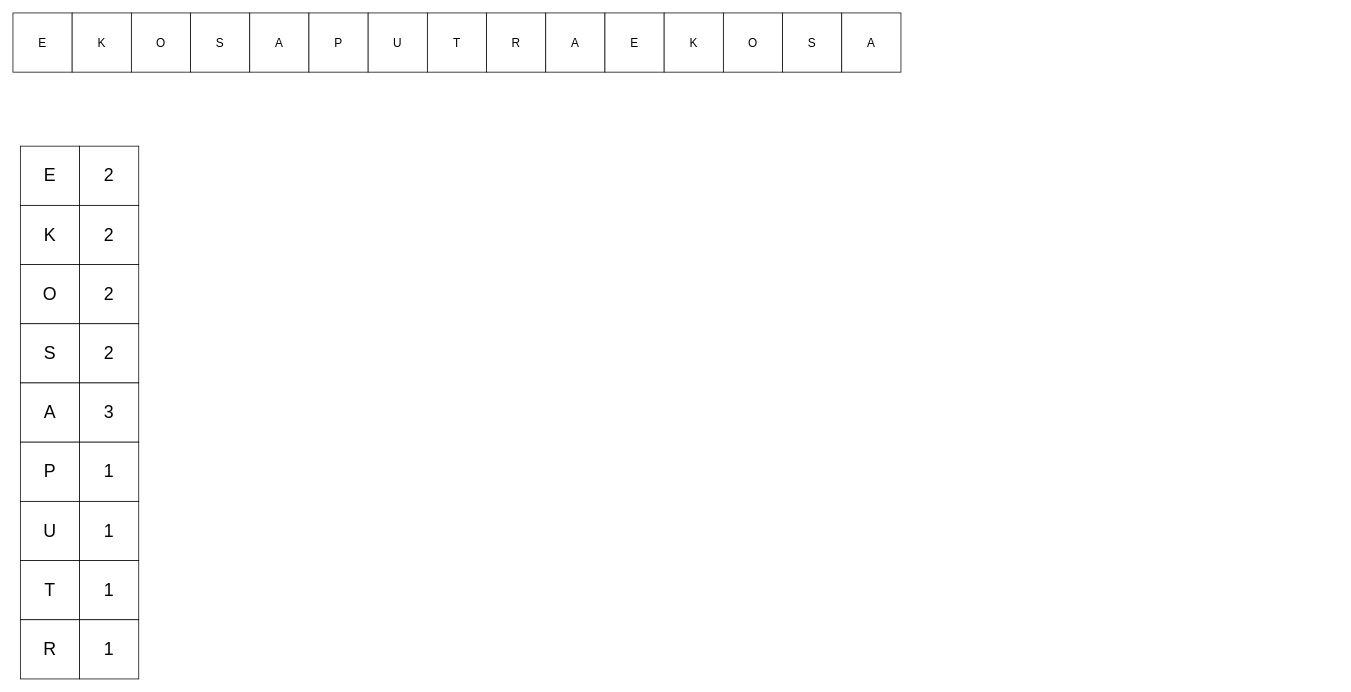
Earlier version of the draw.io diagram flowchart/UTS Multimedia.drawio (ekovegeance-com/docs). Source tidied: cells renumbered, new cells numbered last; positions are measured from the earlier drawing's top-left corner, leaving out a move shared by most shapes. Both pictures are drawn from the tidied source at 74%, with x=0, y=0 at pixel (13, 13).
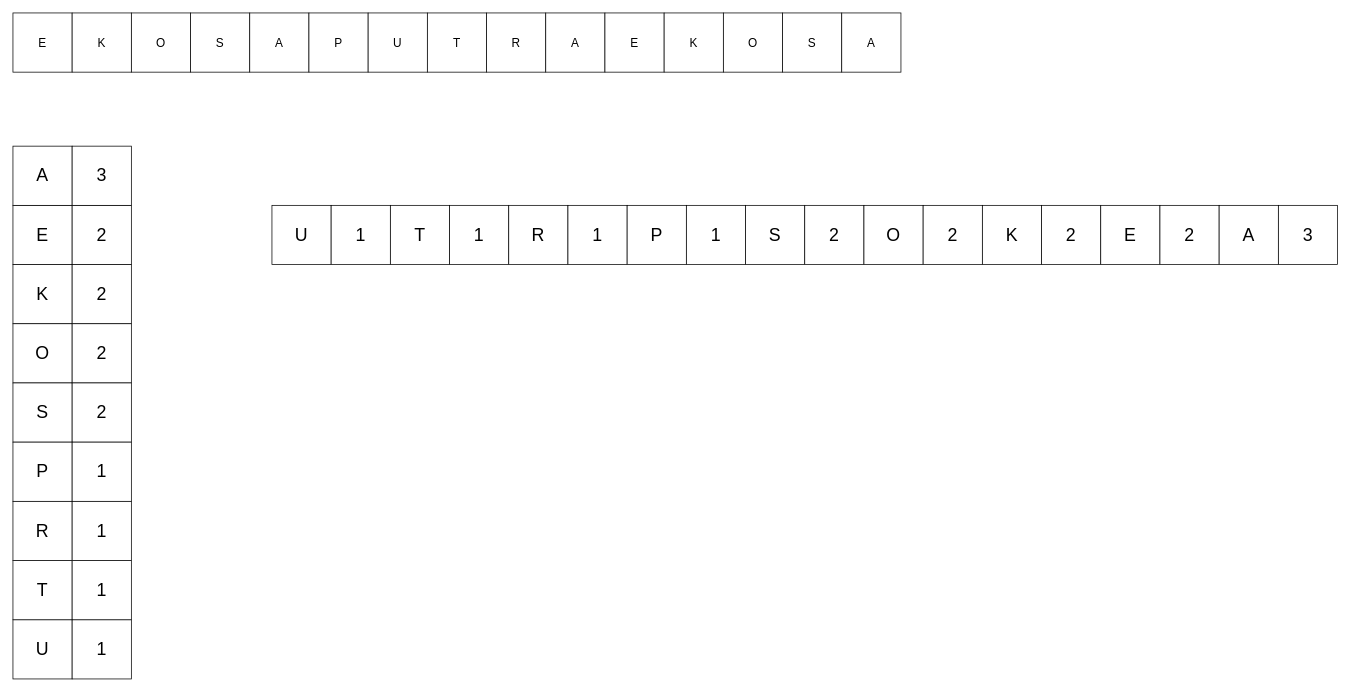
After the change.

What changed in the source:
```diff
@@
     <mxCell id="17" value="&lt;font style=&quot;font-size: 24px&quot;&gt;E&lt;/font&gt;" style="whiteSpace=wrap;html=1;" parent="1" vertex="1">
-      <mxGeometry x="10" y="180" width="80" height="80" as="geometry" />
+      <mxGeometry y="260" width="80" height="80" as="geometry" />
     </mxCell>
     <mxCell id="18" value="&lt;font style=&quot;font-size: 24px&quot;&gt;K&lt;/font&gt;" style="whiteSpace=wrap;html=1;" parent="1" vertex="1">
-      <mxGeometry x="10" y="260" width="80" height="80" as="geometry" />
+      <mxGeometry y="340" width="80" height="80" as="geometry" />
     </mxCell>
     <mxCell id="19" value="&lt;font style=&quot;font-size: 24px&quot;&gt;O&lt;/font&gt;" style="whiteSpace=wrap;html=1;" parent="1" vertex="1">
-      <mxGeometry x="10" y="340" width="80" height="80" as="geometry" />
+      <mxGeometry y="420" width="80" height="80" as="geometry" />
     </mxCell>
     <mxCell id="20" value="&lt;font style=&quot;font-size: 24px&quot;&gt;S&lt;/font&gt;" style="whiteSpace=wrap;html=1;" parent="1" vertex="1">
-      <mxGeometry x="10" y="420" width="80" height="80" as="geometry" />
+      <mxGeometry y="500" width="80" height="80" as="geometry" />
     </mxCell>
     <mxCell id="21" value="&lt;font style=&quot;font-size: 24px&quot;&gt;A&lt;/font&gt;" style="whiteSpace=wrap;html=1;" parent="1" vertex="1">
-      <mxGeometry x="10" y="500" width="80" height="80" as="geometry" />
+      <mxGeometry y="180" width="80" height="80" as="geometry" />
     </mxCell>
     <mxCell id="22" value="&lt;font style=&quot;font-size: 24px&quot;&gt;2&lt;/font&gt;" style="whiteSpace=wrap;html=1;" parent="1" vertex="1">
-      <mxGeometry x="90" y="180" width="80" height="80" as="geometry" />
+      <mxGeometry x="80" y="260" width="80" height="80" as="geometry" />
     </mxCell>
     <mxCell id="23" value="&lt;font style=&quot;font-size: 24px&quot;&gt;2&lt;/font&gt;" style="whiteSpace=wrap;html=1;" parent="1" vertex="1">
-      <mxGeometry x="90" y="260" width="80" height="80" as="geometry" />
+      <mxGeometry x="80" y="340" width="80" height="80" as="geometry" />
     </mxCell>
     <mxCell id="24" value="&lt;font style=&quot;font-size: 24px&quot;&gt;2&lt;/font&gt;" style="whiteSpace=wrap;html=1;" parent="1" vertex="1">
-      <mxGeometry x="90" y="340" width="80" height="80" as="geometry" />
+      <mxGeometry x="80" y="420" width="80" height="80" as="geometry" />
     </mxCell>
     <mxCell id="25" value="&lt;font style=&quot;font-size: 24px&quot;&gt;2&lt;/font&gt;" style="whiteSpace=wrap;html=1;" parent="1" vertex="1">
-      <mxGeometry x="90" y="420" width="80" height="80" as="geometry" />
+      <mxGeometry x="80" y="500" width="80" height="80" as="geometry" />
     </mxCell>
     <mxCell id="26" value="&lt;font style=&quot;font-size: 24px&quot;&gt;3&lt;/font&gt;" style="whiteSpace=wrap;html=1;" parent="1" vertex="1">
-      <mxGeometry x="90" y="500" width="80" height="80" as="geometry" />
+      <mxGeometry x="80" y="180" width="80" height="80" as="geometry" />
     </mxCell>
     <mxCell id="27" value="&lt;font style=&quot;font-size: 24px&quot;&gt;P&lt;/font&gt;" style="whiteSpace=wrap;html=1;" parent="1" vertex="1">
-      <mxGeometry x="10" y="580" width="80" height="80" as="geometry" />
+      <mxGeometry y="580" width="80" height="80" as="geometry" />
     </mxCell>
     <mxCell id="28" value="&lt;span style=&quot;font-size: 24px&quot;&gt;1&lt;/span&gt;" style="whiteSpace=wrap;html=1;" parent="1" vertex="1">
-      <mxGeometry x="90" y="580" width="80" height="80" as="geometry" />
+      <mxGeometry x="80" y="580" width="80" height="80" as="geometry" />
     </mxCell>
     <mxCell id="29" value="&lt;font style=&quot;font-size: 24px&quot;&gt;U&lt;/font&gt;" style="whiteSpace=wrap;html=1;" parent="1" vertex="1">
-      <mxGeometry x="10" y="660" width="80" height="80" as="geometry" />
+      <mxGeometry y="820" width="80" height="80" as="geometry" />
     </mxCell>
     <mxCell id="30" value="&lt;span style=&quot;font-size: 24px&quot;&gt;1&lt;/span&gt;" style="whiteSpace=wrap;html=1;" parent="1" vertex="1">
-      <mxGeometry x="90" y="660" width="80" height="80" as="geometry" />
+      <mxGeometry x="80" y="820" width="80" height="80" as="geometry" />
     </mxCell>
     <mxCell id="31" value="&lt;font style=&quot;font-size: 24px&quot;&gt;T&lt;/font&gt;" style="whiteSpace=wrap;html=1;" parent="1" vertex="1">
-      <mxGeometry x="10" y="740" width="80" height="80" as="geometry" />
+      <mxGeometry y="740" width="80" height="80" as="geometry" />
     </mxCell>
     <mxCell id="32" value="&lt;span style=&quot;font-size: 24px&quot;&gt;1&lt;/span&gt;" style="whiteSpace=wrap;html=1;" parent="1" vertex="1">
-      <mxGeometry x="90" y="740" width="80" height="80" as="geometry" />
+      <mxGeometry x="80" y="740" width="80" height="80" as="geometry" />
     </mxCell>
     <mxCell id="33" value="&lt;font style=&quot;font-size: 24px&quot;&gt;R&lt;/font&gt;" style="whiteSpace=wrap;html=1;" parent="1" vertex="1">
-      <mxGeometry x="10" y="820" width="80" height="80" as="geometry" />
+      <mxGeometry y="660" width="80" height="80" as="geometry" />
     </mxCell>
     <mxCell id="34" value="&lt;span style=&quot;font-size: 24px&quot;&gt;1&lt;/span&gt;" style="whiteSpace=wrap;html=1;" parent="1" vertex="1">
-      <mxGeometry x="90" y="820" width="80" height="80" as="geometry" />
+      <mxGeometry x="80" y="660" width="80" height="80" as="geometry" />
     </mxCell>
+    <mxCell id="35" value="&lt;font style=&quot;font-size: 24px&quot;&gt;U&lt;/font&gt;" style="whiteSpace=wrap;html=1;" parent="1" vertex="1">
+      <mxGeometry x="350" y="260" width="80" height="80" as="geometry" />
+    </mxCell>
+    <mxCell id="36" value="&lt;span style=&quot;font-size: 24px&quot;&gt;1&lt;/span&gt;" style="whiteSpace=wrap;html=1;" parent="1" vertex="1">
+      <mxGeometry x="430" y="260" width="80" height="80" as="geometry" />
+    </mxCell>
+    <mxCell id="37" value="&lt;font style=&quot;font-size: 24px&quot;&gt;T&lt;/font&gt;" style="whiteSpace=wrap;html=1;" parent="1" vertex="1">
+      <mxGeometry x="510" y="260" width="80" height="80" as="geometry" />
+    </mxCell>
+    <mxCell id="38" value="&lt;span style=&quot;font-size: 24px&quot;&gt;1&lt;/span&gt;" style="whiteSpace=wrap;html=1;" parent="1" vertex="1">
+      <mxGeometry x="590" y="260" width="80" height="80" as="geometry" />
+    </mxCell>
+    <mxCell id="39" value="&lt;font style=&quot;font-size: 24px&quot;&gt;R&lt;/font&gt;" style="whiteSpace=wrap;html=1;" parent="1" vertex="1">
+      <mxGeometry x="670" y="260" width="80" height="80" as="geometry" />
+    </mxCell>
+    <mxCell id="40" value="&lt;span style=&quot;font-size: 24px&quot;&gt;1&lt;/span&gt;" style="whiteSpace=wrap;html=1;" parent="1" vertex="1">
+      <mxGeometry x="750" y="260" width="80" height="80" as="geometry" />
+    </mxCell>
+    <mxCell id="41" value="&lt;font style=&quot;font-size: 24px&quot;&gt;P&lt;/font&gt;" style="whiteSpace=wrap;html=1;" parent="1" vertex="1">
+      <mxGeometry x="830" y="260" width="80" height="80" as="geometry" />
+    </mxCell>
+    <mxCell id="42" value="&lt;span style=&quot;font-size: 24px&quot;&gt;1&lt;/span&gt;" style="whiteSpace=wrap;html=1;" parent="1" vertex="1">
+      <mxGeometry x="910" y="260" width="80" height="80" as="geometry" />
+    </mxCell>
+    <mxCell id="43" value="&lt;font style=&quot;font-size: 24px&quot;&gt;S&lt;/font&gt;" style="whiteSpace=wrap;html=1;" parent="1" vertex="1">
+      <mxGeometry x="990" y="260" width="80" height="80" as="geometry" />
+    </mxCell>
+    <mxCell id="44" value="&lt;font style=&quot;font-size: 24px&quot;&gt;2&lt;/font&gt;" style="whiteSpace=wrap;html=1;" parent="1" vertex="1">
+      <mxGeometry x="1070" y="260" width="80" height="80" as="geometry" />
+    </mxCell>
+    <mxCell id="45" value="&lt;font style=&quot;font-size: 24px&quot;&gt;O&lt;/font&gt;" style="whiteSpace=wrap;html=1;" parent="1" vertex="1">
+      <mxGeometry x="1150" y="260" width="80" height="80" as="geometry" />
+    </mxCell>
+    <mxCell id="46" value="&lt;font style=&quot;font-size: 24px&quot;&gt;2&lt;/font&gt;" style="whiteSpace=wrap;html=1;" parent="1" vertex="1">
+      <mxGeometry x="1230" y="260" width="80" height="80" as="geometry" />
+    </mxCell>
+    <mxCell id="47" value="&lt;font style=&quot;font-size: 24px&quot;&gt;K&lt;/font&gt;" style="whiteSpace=wrap;html=1;" parent="1" vertex="1">
+      <mxGeometry x="1310" y="260" width="80" height="80" as="geometry" />
+    </mxCell>
+    <mxCell id="48" value="&lt;font style=&quot;font-size: 24px&quot;&gt;2&lt;/font&gt;" style="whiteSpace=wrap;html=1;" parent="1" vertex="1">
+      <mxGeometry x="1390" y="260" width="80" height="80" as="geometry" />
+    </mxCell>
+    <mxCell id="49" value="&lt;font style=&quot;font-size: 24px&quot;&gt;E&lt;/font&gt;" style="whiteSpace=wrap;html=1;" parent="1" vertex="1">
+      <mxGeometry x="1470" y="260" width="80" height="80" as="geometry" />
+    </mxCell>
+    <mxCell id="50" value="&lt;font style=&quot;font-size: 24px&quot;&gt;2&lt;/font&gt;" style="whiteSpace=wrap;html=1;" parent="1" vertex="1">
+      <mxGeometry x="1550" y="260" width="80" height="80" as="geometry" />
+    </mxCell>
+    <mxCell id="51" value="&lt;font style=&quot;font-size: 24px&quot;&gt;A&lt;/font&gt;" style="whiteSpace=wrap;html=1;" parent="1" vertex="1">
+      <mxGeometry x="1630" y="260" width="80" height="80" as="geometry" />
+    </mxCell>
+    <mxCell id="52" value="&lt;font style=&quot;font-size: 24px&quot;&gt;3&lt;/font&gt;" style="whiteSpace=wrap;html=1;" parent="1" vertex="1">
+      <mxGeometry x="1710" y="260" width="80" height="80" as="geometry" />
+    </mxCell>
```
